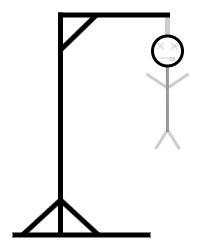
This is Hangman5.png from CubezPlayer/Discord-Bot, a draw.io export, as it was before one commit. Source tidied: cells renumbered, new cells last; positions are measured from the earlier drawing's top-left corner, leaving out a move shared by most shapes. The source it was exported from:
```xml
<mxGraphModel>
  <root>
    <mxCell id="0" />
    <mxCell id="1" parent="0" />
    <mxCell id="2" style="endArrow=none;html=1;rounded=0;strokeWidth=3;strokeColor=#CCCCCC;" parent="1" edge="1">
      <mxGeometry relative="1" as="geometry">
        <mxPoint x="155" y="117.5" as="sourcePoint" />
        <mxPoint x="167" y="136.5" as="targetPoint" />
      </mxGeometry>
    </mxCell>
    <mxCell id="3" style="endArrow=none;html=1;rounded=0;strokeWidth=3;strokeColor=#CCCCCC;" parent="1" edge="1">
      <mxGeometry relative="1" as="geometry">
        <mxPoint x="155" y="117.5" as="sourcePoint" />
        <mxPoint x="143" y="136.5" as="targetPoint" />
      </mxGeometry>
    </mxCell>
    <mxCell id="4" style="endArrow=none;html=1;rounded=0;strokeWidth=3;strokeColor=#CCCCCC;" parent="1" edge="1">
      <mxGeometry relative="1" as="geometry">
        <mxPoint x="155" y="75.5" as="sourcePoint" />
        <mxPoint x="176" y="61.5" as="targetPoint" />
      </mxGeometry>
    </mxCell>
    <mxCell id="5" style="endArrow=none;html=1;rounded=0;strokeWidth=3;strokeColor=#CCCCCC;" parent="1" edge="1">
      <mxGeometry relative="1" as="geometry">
        <mxPoint x="155" y="75.5" as="sourcePoint" />
        <mxPoint x="134" y="61.5" as="targetPoint" />
      </mxGeometry>
    </mxCell>
    <mxCell id="6" style="endArrow=none;html=1;rounded=0;strokeWidth=5;" parent="1" edge="1">
      <mxGeometry relative="1" as="geometry">
        <mxPoint y="222.5" as="sourcePoint" />
        <mxPoint x="138" y="222.5" as="targetPoint" />
      </mxGeometry>
    </mxCell>
    <mxCell id="7" style="endArrow=none;html=1;rounded=0;strokeWidth=5;" parent="1" edge="1">
      <mxGeometry relative="1" as="geometry">
        <mxPoint x="48" as="sourcePoint" />
        <mxPoint x="48" y="222.5" as="targetPoint" />
      </mxGeometry>
    </mxCell>
    <mxCell id="8" style="endArrow=none;html=1;rounded=0;strokeWidth=5;strokeColor=#CCCCCC;" parent="1" edge="1">
      <mxGeometry relative="1" as="geometry">
        <mxPoint x="155" y="2.5" as="sourcePoint" />
        <mxPoint x="155" y="22.5" as="targetPoint" />
      </mxGeometry>
    </mxCell>
    <mxCell id="9" style="endArrow=none;html=1;rounded=0;strokeWidth=5;" parent="1" edge="1">
      <mxGeometry relative="1" as="geometry">
        <mxPoint x="46" y="2.5" as="sourcePoint" />
        <mxPoint x="157.5" y="2.5" as="targetPoint" />
      </mxGeometry>
    </mxCell>
    <mxCell id="10" style="endArrow=none;html=1;rounded=0;strokeWidth=3;strokeColor=#999999;" parent="1" edge="1">
      <mxGeometry relative="1" as="geometry">
        <mxPoint x="155" y="119.5" as="sourcePoint" />
        <mxPoint x="154.9" y="53.5" as="targetPoint" />
      </mxGeometry>
    </mxCell>
    <mxCell id="11" style="group;rotation=-45;" parent="1" vertex="1">
      <mxGeometry x="144" y="29.5" width="8" height="8" as="geometry" />
    </mxCell>
    <mxCell id="12" style="endArrow=none;html=1;rounded=0;strokeColor=#CCCCCC;" parent="11" edge="1">
      <mxGeometry relative="1" as="geometry">
        <mxPoint x="7" y="7" as="sourcePoint" />
        <mxPoint x="1" y="1" as="targetPoint" />
      </mxGeometry>
    </mxCell>
    <mxCell id="13" style="endArrow=none;html=1;rounded=0;strokeColor=#CCCCCC;" parent="11" edge="1">
      <mxGeometry relative="1" as="geometry">
        <mxPoint x="7" y="1" as="sourcePoint" />
        <mxPoint x="1" y="7" as="targetPoint" />
      </mxGeometry>
    </mxCell>
    <mxCell id="14" style="group;rotation=-45;" parent="1" vertex="1">
      <mxGeometry x="158" y="29.5" width="8" height="8" as="geometry" />
    </mxCell>
    <mxCell id="15" style="endArrow=none;html=1;rounded=0;strokeColor=#CCCCCC;" parent="14" edge="1">
      <mxGeometry relative="1" as="geometry">
        <mxPoint x="7" y="7" as="sourcePoint" />
        <mxPoint x="1" y="1" as="targetPoint" />
      </mxGeometry>
    </mxCell>
    <mxCell id="16" style="endArrow=none;html=1;rounded=0;strokeColor=#CCCCCC;" parent="14" edge="1">
      <mxGeometry relative="1" as="geometry">
        <mxPoint x="7" y="1" as="sourcePoint" />
        <mxPoint x="1" y="7" as="targetPoint" />
      </mxGeometry>
    </mxCell>
    <mxCell id="17" style="endArrow=none;html=1;rounded=1;curved=0;strokeColor=#CCCCCC;" parent="1" edge="1">
      <mxGeometry relative="1" as="geometry">
        <mxPoint x="147.5" y="45.5" as="sourcePoint" />
        <mxPoint x="162.5" y="45.5" as="targetPoint" />
      </mxGeometry>
    </mxCell>
    <mxCell id="18" style="shape=or;whiteSpace=wrap;html=1;rotation=90;fillColor=none;strokeColor=#CCCCCC;" parent="1" vertex="1">
      <mxGeometry x="158.5" y="45" width="3" height="4" as="geometry" />
    </mxCell>
    <mxCell id="19" style="endArrow=none;html=1;rounded=0;strokeWidth=5;" parent="1" edge="1">
      <mxGeometry relative="1" as="geometry">
        <mxPoint x="84" y="2.5" as="sourcePoint" />
        <mxPoint x="48" y="37.5" as="targetPoint" />
      </mxGeometry>
    </mxCell>
    <mxCell id="20" style="endArrow=none;html=1;rounded=0;strokeWidth=5;" parent="1" edge="1">
      <mxGeometry relative="1" as="geometry">
        <mxPoint x="48" y="187.5" as="sourcePoint" />
        <mxPoint x="86" y="222.5" as="targetPoint" />
      </mxGeometry>
    </mxCell>
    <mxCell id="21" style="endArrow=none;html=1;rounded=0;strokeWidth=5;" parent="1" edge="1">
      <mxGeometry relative="1" as="geometry">
        <mxPoint x="10" y="222.5" as="sourcePoint" />
        <mxPoint x="48" y="187.5" as="targetPoint" />
      </mxGeometry>
    </mxCell>
    <mxCell id="22" style="ellipse;whiteSpace=wrap;html=1;strokeWidth=3;fillColor=none;" parent="1" vertex="1">
      <mxGeometry x="140" y="23.5" width="30" height="30" as="geometry" />
    </mxCell>
  </root>
</mxGraphModel>
```
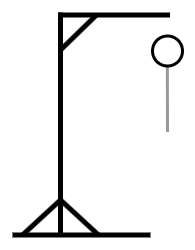
Above is the later version.

The edit, as a diff of the source:
```diff
@@ -2,119 +2,50 @@
   <root>
     <mxCell id="0" />
     <mxCell id="1" parent="0" />
-    <mxCell id="2" style="endArrow=none;html=1;rounded=0;strokeWidth=3;strokeColor=#CCCCCC;" parent="1" edge="1">
+    <mxCell id="2" style="endArrow=none;html=1;rounded=0;strokeWidth=5;" parent="1" edge="1">
       <mxGeometry relative="1" as="geometry">
-        <mxPoint x="155" y="117.5" as="sourcePoint" />
-        <mxPoint x="167" y="136.5" as="targetPoint" />
+        <mxPoint y="222.5" as="sourcePoint" />
+        <mxPoint x="138" y="222.5" as="targetPoint" />
       </mxGeometry>
     </mxCell>
-    <mxCell id="3" style="endArrow=none;html=1;rounded=0;strokeWidth=3;strokeColor=#CCCCCC;" parent="1" edge="1">
+    <mxCell id="3" style="endArrow=none;html=1;rounded=0;strokeWidth=5;" parent="1" edge="1">
       <mxGeometry relative="1" as="geometry">
-        <mxPoint x="155" y="117.5" as="sourcePoint" />
-        <mxPoint x="143" y="136.5" as="targetPoint" />
+        <mxPoint x="48" as="sourcePoint" />
+        <mxPoint x="48" y="222.5" as="targetPoint" />
       </mxGeometry>
     </mxCell>
-    <mxCell id="4" style="endArrow=none;html=1;rounded=0;strokeWidth=3;strokeColor=#CCCCCC;" parent="1" edge="1">
+    <mxCell id="4" style="endArrow=none;html=1;rounded=0;strokeWidth=5;" parent="1" edge="1">
       <mxGeometry relative="1" as="geometry">
-        <mxPoint x="155" y="75.5" as="sourcePoint" />
-        <mxPoint x="176" y="61.5" as="targetPoint" />
+        <mxPoint x="46" y="2.5" as="sourcePoint" />
+        <mxPoint x="157.5" y="2.5" as="targetPoint" />
       </mxGeometry>
     </mxCell>
-    <mxCell id="5" style="endArrow=none;html=1;rounded=0;strokeWidth=3;strokeColor=#CCCCCC;" parent="1" edge="1">
+    <mxCell id="5" style="endArrow=none;html=1;rounded=0;strokeWidth=3;strokeColor=#999999;" parent="1" edge="1">
       <mxGeometry relative="1" as="geometry">
-        <mxPoint x="155" y="75.5" as="sourcePoint" />
-        <mxPoint x="134" y="61.5" as="targetPoint" />
+        <mxPoint x="155" y="119.5" as="sourcePoint" />
+        <mxPoint x="154.9" y="53.5" as="targetPoint" />
       </mxGeometry>
     </mxCell>
     <mxCell id="6" style="endArrow=none;html=1;rounded=0;strokeWidth=5;" parent="1" edge="1">
       <mxGeometry relative="1" as="geometry">
-        <mxPoint y="222.5" as="sourcePoint" />
-        <mxPoint x="138" y="222.5" as="targetPoint" />
+        <mxPoint x="84" y="2.5" as="sourcePoint" />
+        <mxPoint x="48" y="37.5" as="targetPoint" />
       </mxGeometry>
     </mxCell>
     <mxCell id="7" style="endArrow=none;html=1;rounded=0;strokeWidth=5;" parent="1" edge="1">
       <mxGeometry relative="1" as="geometry">
-        <mxPoint x="48" as="sourcePoint" />
-        <mxPoint x="48" y="222.5" as="targetPoint" />
+        <mxPoint x="48" y="187.5" as="sourcePoint" />
+        <mxPoint x="86" y="222.5" as="targetPoint" />
       </mxGeometry>
     </mxCell>
-    <mxCell id="8" style="endArrow=none;html=1;rounded=0;strokeWidth=5;strokeColor=#CCCCCC;" parent="1" edge="1">
+    <mxCell id="8" style="endArrow=none;html=1;rounded=0;strokeWidth=5;" parent="1" edge="1">
       <mxGeometry relative="1" as="geometry">
-        <mxPoint x="155" y="2.5" as="sourcePoint" />
-        <mxPoint x="155" y="22.5" as="targetPoint" />
+        <mxPoint x="10" y="222.5" as="sourcePoint" />
+        <mxPoint x="48" y="187.5" as="targetPoint" />
       </mxGeometry>
     </mxCell>
-    <mxCell id="9" style="endArrow=none;html=1;rounded=0;strokeWidth=5;" parent="1" edge="1">
-      <mxGeometry relative="1" as="geometry">
-        <mxPoint x="46" y="2.5" as="sourcePoint" />
-        <mxPoint x="157.5" y="2.5" as="targetPoint" />
-      </mxGeometry>
+    <mxCell id="9" style="ellipse;whiteSpace=wrap;html=1;strokeWidth=3;fillColor=none;" parent="1" vertex="1">
+      <mxGeometry x="140" y="23.5" width="30" height="30" as="geometry" />
     </mxCell>
-    <mxCell id="10" style="endArrow=none;html=1;rounded=0;strokeWidth=3;strokeColor=#999999;" parent="1" edge="1">
-      <mxGeometry relative="1" as="geometry">
-        <mxPoint x="155" y="119.5" as="sourcePoint" />
-        <mxPoint x="154.9" y="53.5" as="targetPoint" />
-      </mxGeometry>
-    </mxCell>
-    <mxCell id="11" style="group;rotation=-45;" parent="1" vertex="1">
-      <mxGeometry x="144" y="29.5" width="8" height="8" as="geometry" />
-    </mxCell>
-    <mxCell id="12" style="endArrow=none;html=1;rounded=0;strokeColor=#CCCCCC;" parent="11" edge="1">
-      <mxGeometry relative="1" as="geometry">
-        <mxPoint x="7" y="7" as="sourcePoint" />
-        <mxPoint x="1" y="1" as="targetPoint" />
-      </mxGeometry>
-    </mxCell>
-    <mxCell id="13" style="endArrow=none;html=1;rounded=0;strokeColor=#CCCCCC;" parent="11" edge="1">
-      <mxGeometry relative="1" as="geometry">
-        <mxPoint x="7" y="1" as="sourcePoint" />
-        <mxPoint x="1" y="7" as="targetPoint" />
-      </mxGeometry>
-    </mxCell>
-    <mxCell id="14" style="group;rotation=-45;" parent="1" vertex="1">
-      <mxGeometry x="158" y="29.5" width="8" height="8" as="geometry" />
-    </mxCell>
-    <mxCell id="15" style="endArrow=none;html=1;rounded=0;strokeColor=#CCCCCC;" parent="14" edge="1">
-      <mxGeometry relative="1" as="geometry">
-        <mxPoint x="7" y="7" as="sourcePoint" />
-        <mxPoint x="1" y="1" as="targetPoint" />
-      </mxGeometry>
-    </mxCell>
-    <mxCell id="16" style="endArrow=none;html=1;rounded=0;strokeColor=#CCCCCC;" parent="14" edge="1">
-      <mxGeometry relative="1" as="geometry">
-        <mxPoint x="7" y="1" as="sourcePoint" />
-        <mxPoint x="1" y="7" as="targetPoint" />
-      </mxGeometry>
-    </mxCell>
-    <mxCell id="17" style="endArrow=none;html=1;rounded=1;curved=0;strokeColor=#CCCCCC;" parent="1" edge="1">
-      <mxGeometry relative="1" as="geometry">
-        <mxPoint x="147.5" y="45.5" as="sourcePoint" />
-        <mxPoint x="162.5" y="45.5" as="targetPoint" />
-      </mxGeometry>
-    </mxCell>
-    <mxCell id="18" style="shape=or;whiteSpace=wrap;html=1;rotation=90;fillColor=none;strokeColor=#CCCCCC;" parent="1" vertex="1">
-      <mxGeometry x="158.5" y="45" width="3" height="4" as="geometry" />
-    </mxCell>
-    <mxCell id="19" style="endArrow=none;html=1;rounded=0;strokeWidth=5;" parent="1" edge="1">
-      <mxGeometry relative="1" as="geometry">
-        <mxPoint x="84" y="2.5" as="sourcePoint" />
-        <mxPoint x="48" y="37.5" as="targetPoint" />
-      </mxGeometry>
-    </mxCell>
-    <mxCell id="20" style="endArrow=none;html=1;rounded=0;strokeWidth=5;" parent="1" edge="1">
-      <mxGeometry relative="1" as="geometry">
-        <mxPoint x="48" y="187.5" as="sourcePoint" />
-        <mxPoint x="86" y="222.5" as="targetPoint" />
-      </mxGeometry>
-    </mxCell>
-    <mxCell id="21" style="endArrow=none;html=1;rounded=0;strokeWidth=5;" parent="1" edge="1">
-      <mxGeometry relative="1" as="geometry">
-        <mxPoint x="10" y="222.5" as="sourcePoint" />
-        <mxPoint x="48" y="187.5" as="targetPoint" />
-      </mxGeometry>
-    </mxCell>
-    <mxCell id="22" style="ellipse;whiteSpace=wrap;html=1;strokeWidth=3;fillColor=none;" parent="1" vertex="1">
-      <mxGeometry x="140" y="23.5" width="30" height="30" as="geometry" />
-    </mxCell>
   </root>
 </mxGraphModel>
```
